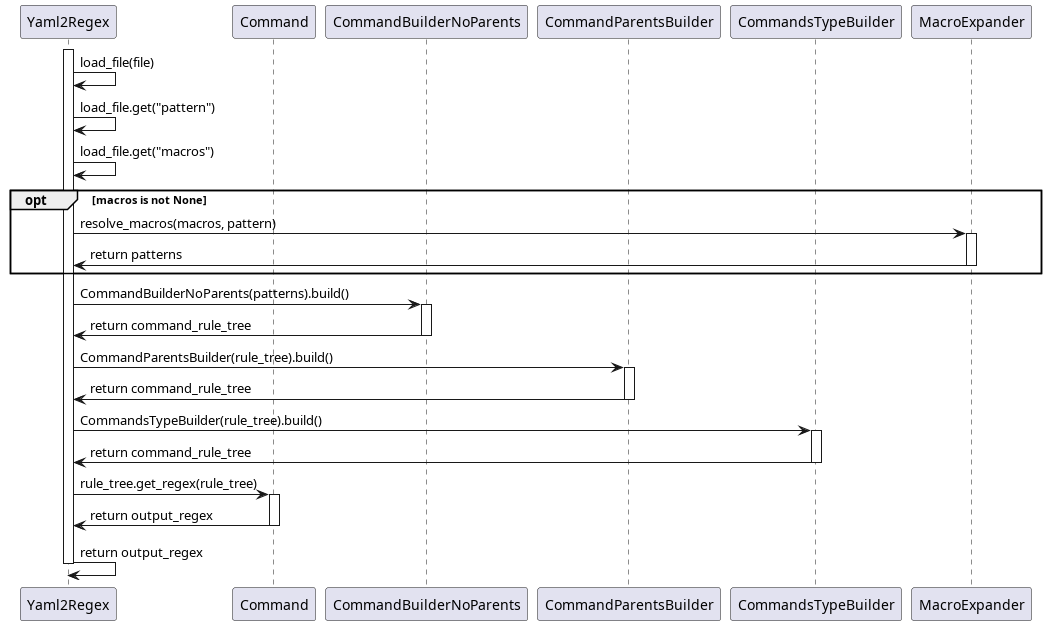
Before: design/regex_module/sequence_diagram_regex_module.png, a diagram exported from PlantUML (JukMR/JASM). The source it was exported from:
```plantuml
@startuml sequence_diagram_regex_module
participant "Yaml2Regex" as Y
participant "Command" as C
participant "CommandBuilderNoParents" as CNP
participant "CommandParentsBuilder" as CPB
participant "CommandsTypeBuilder" as CTB
participant "MacroExpander" as ME

activate Y
Y -> Y : load_file(file)

Y -> Y : load_file.get("pattern")
Y -> Y : load_file.get("macros")

opt macros is not None
    Y -> ME : resolve_macros(macros, pattern)
    activate ME
    Y <- ME : return patterns
    deactivate ME
end

activate Y
Y -> CNP : CommandBuilderNoParents(patterns).build()
activate CNP
CNP -> Y : return command_rule_tree
deactivate CNP

Y -> CPB : CommandParentsBuilder(rule_tree).build()
activate CPB
CPB -> Y: return command_rule_tree
deactivate CPB


Y -> CTB : CommandsTypeBuilder(rule_tree).build()
activate CTB
CTB -> Y: return command_rule_tree
deactivate CTB

Y -> C : rule_tree.get_regex(rule_tree)
activate C
C -> Y : return output_regex
deactivate C

Y -> Y : return output_regex
deactivate Y
@enduml
```
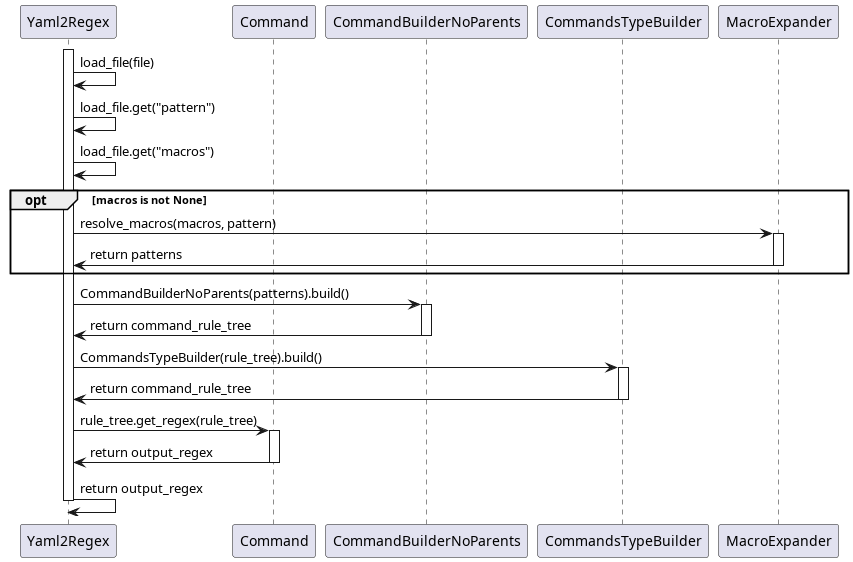
After the change.

Commit message:
Remove old CommandParentsBuilder class from regex sequence diagram

The edit, as a diff of the source:
```diff
@@ -2,7 +2,6 @@
 participant "Yaml2Regex" as Y
 participant "Command" as C
 participant "CommandBuilderNoParents" as CNP
-participant "CommandParentsBuilder" as CPB
 participant "CommandsTypeBuilder" as CTB
 participant "MacroExpander" as ME
 
@@ -25,11 +24,6 @@
 CNP -> Y : return command_rule_tree
 deactivate CNP
 
-Y -> CPB : CommandParentsBuilder(rule_tree).build()
-activate CPB
-CPB -> Y: return command_rule_tree
-deactivate CPB
-
 
 Y -> CTB : CommandsTypeBuilder(rule_tree).build()
 activate CTB
```
